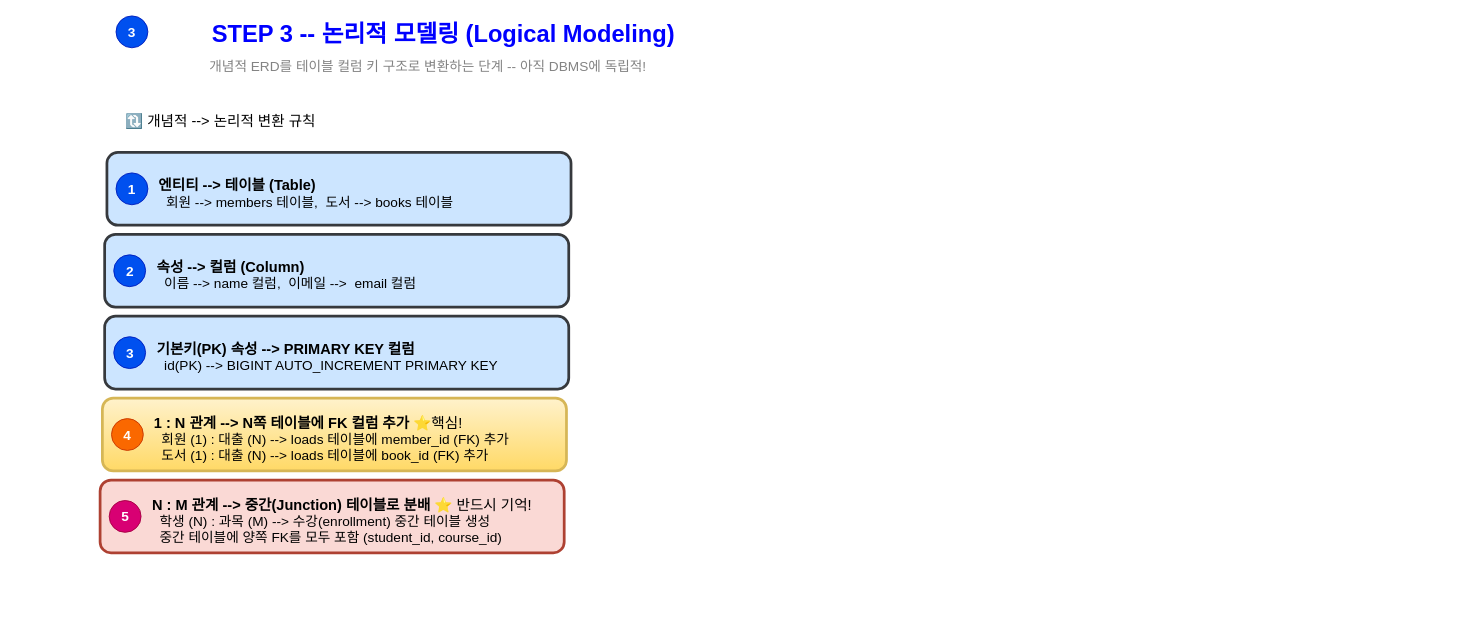
Earlier version of the draw.io diagram page "04_STEP3 -- 논리적 모델링" (4 of 6) of Phase3_DB/02_DBMSNote/DB_Design_Process.drawio (jfbootcamp/jf-job-prep-bootcamp). Source tidied: cells renumbered, new cells numbered last; positions are measured from the earlier drawing's top-left corner, leaving out a move shared by most shapes. Both pictures are drawn from the tidied source at 91%, with x=0, y=0 at pixel (15, 15).
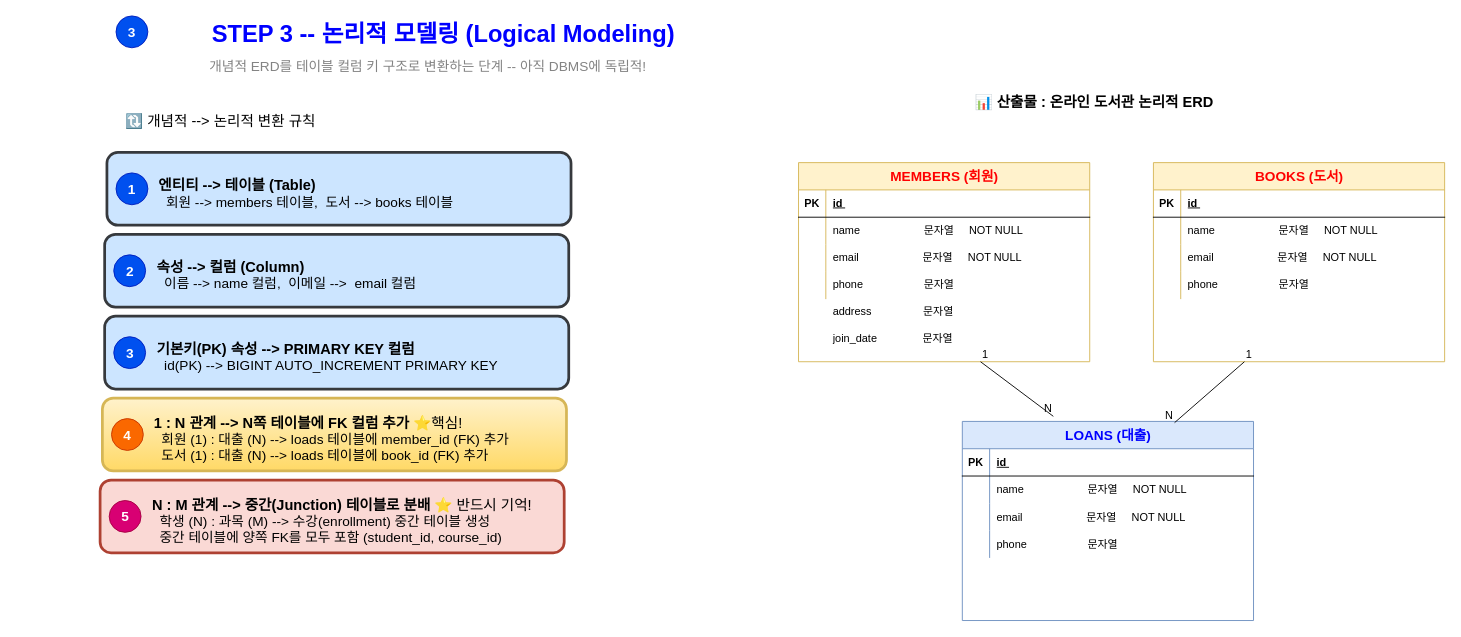
After the change.

Change to the diagram source:
```diff
@@
+    <mxCell id="21" value="&lt;font style=&quot;font-size: 16px;&quot;&gt;📊&amp;nbsp;&lt;b&gt;산출물 : 온라인 도서관 논리적 ERD&lt;/b&gt;&lt;/font&gt;" style="text;html=1;whiteSpace=wrap;strokeColor=none;fillColor=none;align=center;verticalAlign=middle;rounded=0;" parent="1" vertex="1">
+      <mxGeometry x="960" y="80" width="450" height="30" as="geometry" />
+    </mxCell>
+    <mxCell id="22" value="&lt;font style=&quot;font-size: 15px; color: rgb(255, 0, 0);&quot;&gt;MEMBERS (회원)&lt;/font&gt;" style="shape=table;startSize=30;childLayout=tableLayout;rowLines=0;fontStyle=1;align=center;html=1;fillColor=#fff2cc;strokeColor=#d6b656;" parent="1" vertex="1">
+      <mxGeometry x="860" y="161.2" width="320" height="218.8" as="geometry" />
+    </mxCell>
+    <mxCell id="23" style="shape=tableRow;horizontal=0;startSize=0;swimlaneHead=0;swimlaneBody=0;fillColor=none;top=0;left=0;right=0;bottom=1;" parent="22" vertex="1">
+      <mxGeometry y="30" width="320" height="30" as="geometry" />
+    </mxCell>
+    <mxCell id="24" value="PK" style="shape=partialRectangle;fillColor=none;top=0;left=0;bottom=0;right=0;fontStyle=1;overflow=hidden;whiteSpace=wrap;html=1;" parent="23" vertex="1">
+      <mxGeometry width="30" height="30" as="geometry" />
+    </mxCell>
+    <mxCell id="25" value="id&amp;nbsp;" style="shape=partialRectangle;fillColor=none;top=0;left=0;bottom=0;right=0;align=left;spacingLeft=6;fontStyle=5;overflow=hidden;whiteSpace=wrap;html=1;" parent="23" vertex="1">
+      <mxGeometry x="30" width="290" height="30" as="geometry" />
+    </mxCell>
+    <mxCell id="26" style="shape=tableRow;horizontal=0;startSize=0;swimlaneHead=0;swimlaneBody=0;fillColor=none;top=0;left=0;right=0;bottom=0;" parent="22" vertex="1">
+      <mxGeometry y="60" width="320" height="30" as="geometry" />
+    </mxCell>
+    <mxCell id="27" style="shape=partialRectangle;fillColor=none;top=0;left=0;bottom=0;right=0;overflow=hidden;whiteSpace=wrap;html=1;" parent="26" vertex="1">
+      <mxGeometry width="30" height="30" as="geometry" />
+    </mxCell>
+    <mxCell id="28" value="name&amp;nbsp; &amp;nbsp; &amp;nbsp; &amp;nbsp; &amp;nbsp; &amp;nbsp; &amp;nbsp; &amp;nbsp; &amp;nbsp; &amp;nbsp; &amp;nbsp;문자열&amp;nbsp; &amp;nbsp; &amp;nbsp;NOT NULL&amp;nbsp; &amp;nbsp; &amp;nbsp;" style="shape=partialRectangle;fillColor=none;top=0;left=0;bottom=0;right=0;align=left;spacingLeft=6;overflow=hidden;whiteSpace=wrap;html=1;" parent="26" vertex="1">
+      <mxGeometry x="30" width="290" height="30" as="geometry" />
+    </mxCell>
+    <mxCell id="29" style="shape=tableRow;horizontal=0;startSize=0;swimlaneHead=0;swimlaneBody=0;fillColor=none;top=0;left=0;right=0;bottom=0;" parent="22" vertex="1">
+      <mxGeometry y="90" width="320" height="30" as="geometry" />
+    </mxCell>
+    <mxCell id="30" style="shape=partialRectangle;fillColor=none;top=0;left=0;bottom=0;right=0;overflow=hidden;whiteSpace=wrap;html=1;" parent="29" vertex="1">
+      <mxGeometry width="30" height="30" as="geometry" />
+    </mxCell>
+    <mxCell id="31" value="email&amp;nbsp; &amp;nbsp; &amp;nbsp; &amp;nbsp; &amp;nbsp; &amp;nbsp; &amp;nbsp; &amp;nbsp; &amp;nbsp; &amp;nbsp; &amp;nbsp;문자열&amp;nbsp; &amp;nbsp; &amp;nbsp;NOT NULL&amp;nbsp; &amp;nbsp; &amp;nbsp;&amp;nbsp;&amp;nbsp;" style="shape=partialRectangle;fillColor=none;top=0;left=0;bottom=0;right=0;align=left;spacingLeft=6;overflow=hidden;whiteSpace=wrap;html=1;" parent="29" vertex="1">
+      <mxGeometry x="30" width="290" height="30" as="geometry" />
+    </mxCell>
+    <mxCell id="32" style="shape=tableRow;horizontal=0;startSize=0;swimlaneHead=0;swimlaneBody=0;fillColor=none;top=0;left=0;right=0;bottom=0;" parent="22" vertex="1">
+      <mxGeometry y="120" width="320" height="30" as="geometry" />
+    </mxCell>
+    <mxCell id="33" style="shape=partialRectangle;fillColor=none;top=0;left=0;bottom=0;right=0;overflow=hidden;whiteSpace=wrap;html=1;" parent="32" vertex="1">
+      <mxGeometry width="30" height="30" as="geometry" />
+    </mxCell>
+    <mxCell id="34" value="phone&amp;nbsp; &amp;nbsp; &amp;nbsp; &amp;nbsp; &amp;nbsp; &amp;nbsp; &amp;nbsp; &amp;nbsp; &amp;nbsp; &amp;nbsp; 문자열&amp;nbsp; &amp;nbsp; &amp;nbsp;" style="shape=partialRectangle;fillColor=none;top=0;left=0;bottom=0;right=0;align=left;spacingLeft=6;overflow=hidden;whiteSpace=wrap;html=1;" parent="32" vertex="1">
+      <mxGeometry x="30" width="290" height="30" as="geometry" />
+    </mxCell>
+    <mxCell id="35" style="shape=tableRow;horizontal=0;startSize=0;swimlaneHead=0;swimlaneBody=0;fillColor=none;top=0;left=0;right=0;bottom=0;" parent="1" vertex="1">
+      <mxGeometry x="860" y="310" width="320" height="30" as="geometry" />
+    </mxCell>
+    <mxCell id="36" style="shape=partialRectangle;fillColor=none;top=0;left=0;bottom=0;right=0;overflow=hidden;whiteSpace=wrap;html=1;" parent="35" vertex="1">
+      <mxGeometry width="30" height="30" as="geometry" />
+    </mxCell>
+    <mxCell id="37" value="address&amp;nbsp; &amp;nbsp; &amp;nbsp; &amp;nbsp; &amp;nbsp; &amp;nbsp; &amp;nbsp; &amp;nbsp; &amp;nbsp;문자열&amp;nbsp; &amp;nbsp; &amp;nbsp;&amp;nbsp;&amp;nbsp; &amp;nbsp; &amp;nbsp; &amp;nbsp;" style="shape=partialRectangle;fillColor=none;top=0;left=0;bottom=0;right=0;align=left;spacingLeft=6;overflow=hidden;whiteSpace=wrap;html=1;" parent="35" vertex="1">
+      <mxGeometry x="30" width="290" height="30" as="geometry" />
+    </mxCell>
+    <mxCell id="38" value="join_date&amp;nbsp; &amp;nbsp; &amp;nbsp; &amp;nbsp; &amp;nbsp; &amp;nbsp; &amp;nbsp; &amp;nbsp;문자열&amp;nbsp; &amp;nbsp; &amp;nbsp;&amp;nbsp;&amp;nbsp; &amp;nbsp; &amp;nbsp; &amp;nbsp;" style="shape=partialRectangle;fillColor=none;top=0;left=0;bottom=0;right=0;align=left;spacingLeft=6;overflow=hidden;whiteSpace=wrap;html=1;" parent="1" vertex="1">
+      <mxGeometry x="890" y="340" width="290" height="30" as="geometry" />
+    </mxCell>
+    <mxCell id="39" value="&lt;font style=&quot;font-size: 15px; color: rgb(255, 0, 0);&quot;&gt;BOOKS (도서)&lt;/font&gt;" style="shape=table;startSize=30;childLayout=tableLayout;rowLines=0;fontStyle=1;align=center;html=1;fillColor=#fff2cc;strokeColor=#d6b656;" parent="1" vertex="1">
+      <mxGeometry x="1250" y="161.2" width="320" height="218.8" as="geometry" />
+    </mxCell>
+    <mxCell id="40" style="shape=tableRow;horizontal=0;startSize=0;swimlaneHead=0;swimlaneBody=0;fillColor=none;top=0;left=0;right=0;bottom=1;" parent="39" vertex="1">
+      <mxGeometry y="30" width="320" height="30" as="geometry" />
+    </mxCell>
+    <mxCell id="41" value="PK" style="shape=partialRectangle;fillColor=none;top=0;left=0;bottom=0;right=0;fontStyle=1;overflow=hidden;whiteSpace=wrap;html=1;" parent="40" vertex="1">
+      <mxGeometry width="30" height="30" as="geometry" />
+    </mxCell>
+    <mxCell id="42" value="id&amp;nbsp;" style="shape=partialRectangle;fillColor=none;top=0;left=0;bottom=0;right=0;align=left;spacingLeft=6;fontStyle=5;overflow=hidden;whiteSpace=wrap;html=1;" parent="40" vertex="1">
+      <mxGeometry x="30" width="290" height="30" as="geometry" />
+    </mxCell>
+    <mxCell id="43" style="shape=tableRow;horizontal=0;startSize=0;swimlaneHead=0;swimlaneBody=0;fillColor=none;top=0;left=0;right=0;bottom=0;" parent="39" vertex="1">
+      <mxGeometry y="60" width="320" height="30" as="geometry" />
+    </mxCell>
+    <mxCell id="44" style="shape=partialRectangle;fillColor=none;top=0;left=0;bottom=0;right=0;overflow=hidden;whiteSpace=wrap;html=1;" parent="43" vertex="1">
+      <mxGeometry width="30" height="30" as="geometry" />
+    </mxCell>
+    <mxCell id="45" value="name&amp;nbsp; &amp;nbsp; &amp;nbsp; &amp;nbsp; &amp;nbsp; &amp;nbsp; &amp;nbsp; &amp;nbsp; &amp;nbsp; &amp;nbsp; &amp;nbsp;문자열&amp;nbsp; &amp;nbsp; &amp;nbsp;NOT NULL&amp;nbsp; &amp;nbsp; &amp;nbsp;" style="shape=partialRectangle;fillColor=none;top=0;left=0;bottom=0;right=0;align=left;spacingLeft=6;overflow=hidden;whiteSpace=wrap;html=1;" parent="43" vertex="1">
+      <mxGeometry x="30" width="290" height="30" as="geometry" />
+    </mxCell>
+    <mxCell id="46" style="shape=tableRow;horizontal=0;startSize=0;swimlaneHead=0;swimlaneBody=0;fillColor=none;top=0;left=0;right=0;bottom=0;" parent="39" vertex="1">
+      <mxGeometry y="90" width="320" height="30" as="geometry" />
+    </mxCell>
+    <mxCell id="47" style="shape=partialRectangle;fillColor=none;top=0;left=0;bottom=0;right=0;overflow=hidden;whiteSpace=wrap;html=1;" parent="46" vertex="1">
+      <mxGeometry width="30" height="30" as="geometry" />
+    </mxCell>
+    <mxCell id="48" value="email&amp;nbsp; &amp;nbsp; &amp;nbsp; &amp;nbsp; &amp;nbsp; &amp;nbsp; &amp;nbsp; &amp;nbsp; &amp;nbsp; &amp;nbsp; &amp;nbsp;문자열&amp;nbsp; &amp;nbsp; &amp;nbsp;NOT NULL&amp;nbsp; &amp;nbsp; &amp;nbsp;&amp;nbsp;&amp;nbsp;" style="shape=partialRectangle;fillColor=none;top=0;left=0;bottom=0;right=0;align=left;spacingLeft=6;overflow=hidden;whiteSpace=wrap;html=1;" parent="46" vertex="1">
+      <mxGeometry x="30" width="290" height="30" as="geometry" />
+    </mxCell>
+    <mxCell id="49" style="shape=tableRow;horizontal=0;startSize=0;swimlaneHead=0;swimlaneBody=0;fillColor=none;top=0;left=0;right=0;bottom=0;" parent="39" vertex="1">
+      <mxGeometry y="120" width="320" height="30" as="geometry" />
+    </mxCell>
+    <mxCell id="50" style="shape=partialRectangle;fillColor=none;top=0;left=0;bottom=0;right=0;overflow=hidden;whiteSpace=wrap;html=1;" parent="49" vertex="1">
+      <mxGeometry width="30" height="30" as="geometry" />
+    </mxCell>
+    <mxCell id="51" value="phone&amp;nbsp; &amp;nbsp; &amp;nbsp; &amp;nbsp; &amp;nbsp; &amp;nbsp; &amp;nbsp; &amp;nbsp; &amp;nbsp; &amp;nbsp; 문자열&amp;nbsp; &amp;nbsp; &amp;nbsp;" style="shape=partialRectangle;fillColor=none;top=0;left=0;bottom=0;right=0;align=left;spacingLeft=6;overflow=hidden;whiteSpace=wrap;html=1;" parent="49" vertex="1">
+      <mxGeometry x="30" width="290" height="30" as="geometry" />
+    </mxCell>
+    <mxCell id="52" value="&lt;font style=&quot;font-size: 15px; color: rgb(0, 0, 255);&quot;&gt;LOANS (대출)&lt;/font&gt;" style="shape=table;startSize=30;childLayout=tableLayout;rowLines=0;fontStyle=1;align=center;html=1;fillColor=#dae8fc;strokeColor=#6c8ebf;" parent="1" vertex="1">
+      <mxGeometry x="1040" y="445.6" width="320" height="218.8" as="geometry" />
+    </mxCell>
+    <mxCell id="53" style="shape=tableRow;horizontal=0;startSize=0;swimlaneHead=0;swimlaneBody=0;fillColor=none;top=0;left=0;right=0;bottom=1;" parent="52" vertex="1">
+      <mxGeometry y="30" width="320" height="30" as="geometry" />
+    </mxCell>
+    <mxCell id="54" value="PK" style="shape=partialRectangle;fillColor=none;top=0;left=0;bottom=0;right=0;fontStyle=1;overflow=hidden;whiteSpace=wrap;html=1;" parent="53" vertex="1">
+      <mxGeometry width="30" height="30" as="geometry" />
+    </mxCell>
+    <mxCell id="55" value="id&amp;nbsp;" style="shape=partialRectangle;fillColor=none;top=0;left=0;bottom=0;right=0;align=left;spacingLeft=6;fontStyle=5;overflow=hidden;whiteSpace=wrap;html=1;" parent="53" vertex="1">
+      <mxGeometry x="30" width="290" height="30" as="geometry" />
+    </mxCell>
+    <mxCell id="56" style="shape=tableRow;horizontal=0;startSize=0;swimlaneHead=0;swimlaneBody=0;fillColor=none;top=0;left=0;right=0;bottom=0;" parent="52" vertex="1">
+      <mxGeometry y="60" width="320" height="30" as="geometry" />
+    </mxCell>
+    <mxCell id="57" style="shape=partialRectangle;fillColor=none;top=0;left=0;bottom=0;right=0;overflow=hidden;whiteSpace=wrap;html=1;" parent="56" vertex="1">
+      <mxGeometry width="30" height="30" as="geometry" />
+    </mxCell>
+    <mxCell id="58" value="name&amp;nbsp; &amp;nbsp; &amp;nbsp; &amp;nbsp; &amp;nbsp; &amp;nbsp; &amp;nbsp; &amp;nbsp; &amp;nbsp; &amp;nbsp; &amp;nbsp;문자열&amp;nbsp; &amp;nbsp; &amp;nbsp;NOT NULL&amp;nbsp; &amp;nbsp; &amp;nbsp;" style="shape=partialRectangle;fillColor=none;top=0;left=0;bottom=0;right=0;align=left;spacingLeft=6;overflow=hidden;whiteSpace=wrap;html=1;" parent="56" vertex="1">
+      <mxGeometry x="30" width="290" height="30" as="geometry" />
+    </mxCell>
+    <mxCell id="59" style="shape=tableRow;horizontal=0;startSize=0;swimlaneHead=0;swimlaneBody=0;fillColor=none;top=0;left=0;right=0;bottom=0;" parent="52" vertex="1">
+      <mxGeometry y="90" width="320" height="30" as="geometry" />
+    </mxCell>
+    <mxCell id="60" style="shape=partialRectangle;fillColor=none;top=0;left=0;bottom=0;right=0;overflow=hidden;whiteSpace=wrap;html=1;" parent="59" vertex="1">
+      <mxGeometry width="30" height="30" as="geometry" />
+    </mxCell>
+    <mxCell id="61" value="email&amp;nbsp; &amp;nbsp; &amp;nbsp; &amp;nbsp; &amp;nbsp; &amp;nbsp; &amp;nbsp; &amp;nbsp; &amp;nbsp; &amp;nbsp; &amp;nbsp;문자열&amp;nbsp; &amp;nbsp; &amp;nbsp;NOT NULL&amp;nbsp; &amp;nbsp; &amp;nbsp;&amp;nbsp;&amp;nbsp;" style="shape=partialRectangle;fillColor=none;top=0;left=0;bottom=0;right=0;align=left;spacingLeft=6;overflow=hidden;whiteSpace=wrap;html=1;" parent="59" vertex="1">
+      <mxGeometry x="30" width="290" height="30" as="geometry" />
+    </mxCell>
+    <mxCell id="62" style="shape=tableRow;horizontal=0;startSize=0;swimlaneHead=0;swimlaneBody=0;fillColor=none;top=0;left=0;right=0;bottom=0;" parent="52" vertex="1">
+      <mxGeometry y="120" width="320" height="30" as="geometry" />
+    </mxCell>
+    <mxCell id="63" style="shape=partialRectangle;fillColor=none;top=0;left=0;bottom=0;right=0;overflow=hidden;whiteSpace=wrap;html=1;" parent="62" vertex="1">
+      <mxGeometry width="30" height="30" as="geometry" />
+    </mxCell>
+    <mxCell id="64" value="phone&amp;nbsp; &amp;nbsp; &amp;nbsp; &amp;nbsp; &amp;nbsp; &amp;nbsp; &amp;nbsp; &amp;nbsp; &amp;nbsp; &amp;nbsp; 문자열&amp;nbsp; &amp;nbsp; &amp;nbsp;" style="shape=partialRectangle;fillColor=none;top=0;left=0;bottom=0;right=0;align=left;spacingLeft=6;overflow=hidden;whiteSpace=wrap;html=1;" parent="62" vertex="1">
+      <mxGeometry x="30" width="290" height="30" as="geometry" />
+    </mxCell>
+    <mxCell id="65" style="endArrow=none;html=1;rounded=0;" parent="1" edge="1">
+      <mxGeometry relative="1" as="geometry">
+        <mxPoint x="1060" y="380" as="sourcePoint" />
+        <mxPoint x="1140" y="440" as="targetPoint" />
+      </mxGeometry>
+    </mxCell>
+    <mxCell id="66" value="1" style="html=1;whiteSpace=wrap;align=left;verticalAlign=bottom;" parent="65" vertex="1">
+      <mxGeometry x="-1" relative="1" as="geometry" />
+    </mxCell>
+    <mxCell id="67" value="N" style="html=1;whiteSpace=wrap;align=right;verticalAlign=bottom;" parent="65" vertex="1">
+      <mxGeometry x="1" relative="1" as="geometry" />
+    </mxCell>
+    <mxCell id="68" style="endArrow=none;html=1;rounded=0;entryX=0.729;entryY=0.006;entryDx=0;entryDy=0;entryPerimeter=0;" parent="1" edge="1" target="52">
+      <mxGeometry relative="1" as="geometry">
+        <mxPoint x="1350" y="380" as="sourcePoint" />
+      </mxGeometry>
+    </mxCell>
+    <mxCell id="69" value="1" style="html=1;whiteSpace=wrap;align=left;verticalAlign=bottom;" parent="68" vertex="1">
+      <mxGeometry x="-1" relative="1" as="geometry" />
+    </mxCell>
+    <mxCell id="70" value="N" style="html=1;whiteSpace=wrap;align=right;verticalAlign=bottom;" parent="68" vertex="1">
+      <mxGeometry x="1" relative="1" as="geometry" />
+    </mxCell>
```
